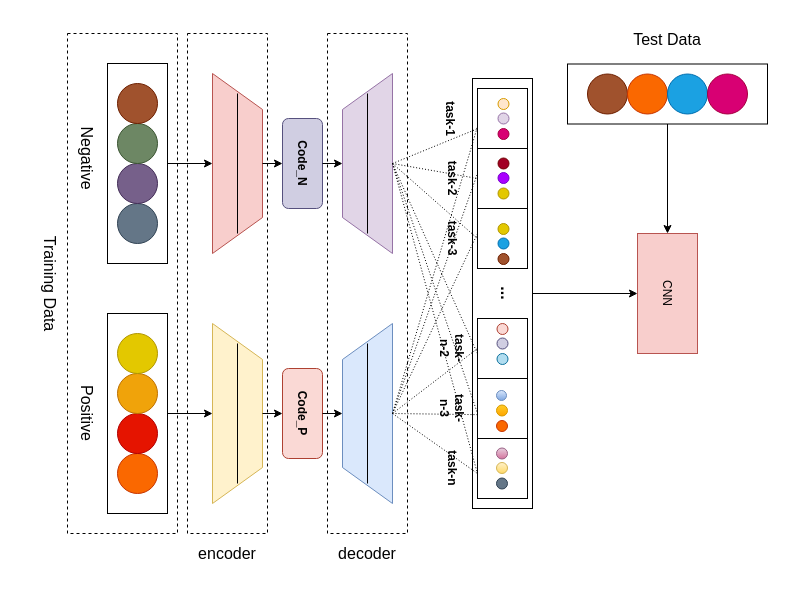
chenjin/Paper keeps this draw.io diagram as page "Page-1" (1 of 3) of Seizure/Table$Image/VMAML-Framework.drawio. Above is the earlier version. Source tidied: cells renumbered, new cells numbered last; positions are measured from the earlier drawing's top-left corner, leaving out a move shared by most shapes. Both pictures are drawn from the tidied source at 100%, with x=0, y=0 at pixel (-10, 23).
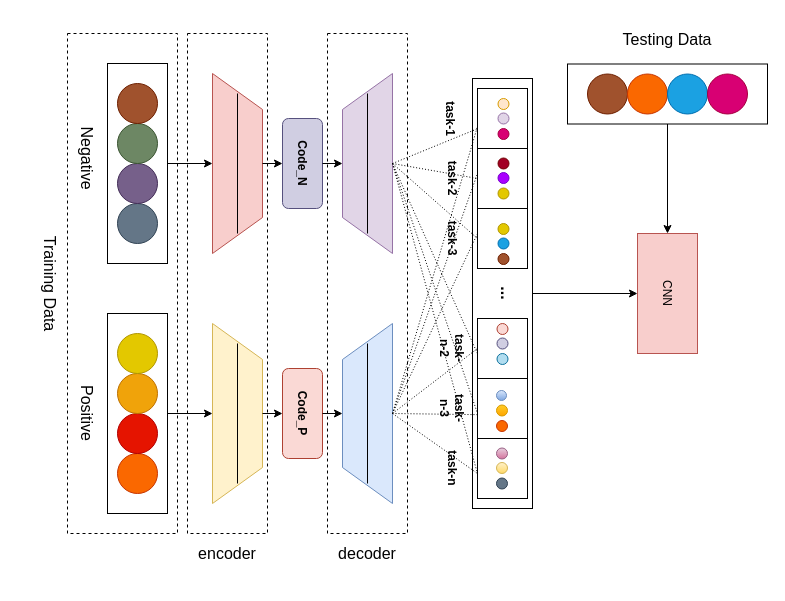
The same diagram, later.

The change refers to these unchanged cells:
```xml
<mxCell id="81" style="group;rotation=0;" parent="80" vertex="1">
  <mxGeometry width="200" height="100" as="geometry" />
</mxCell>
```

What changed in the source:
```diff
@@
-    <mxCell id="88" value="&lt;font style=&quot;font-size: 16px&quot;&gt;Test Data&lt;/font&gt;" style="rounded=0;whiteSpace=wrap;html=1;strokeColor=none;rotation=0;" parent="81" vertex="1">
+    <mxCell id="88" value="&lt;p&gt;&lt;font style=&quot;font-size: 16px&quot;&gt;Testing Data&lt;/font&gt;&lt;/p&gt;" style="rounded=0;whiteSpace=wrap;html=1;strokeColor=none;rotation=0;" parent="81" vertex="1">
       <mxGeometry x="40" width="120" height="30" as="geometry" />
     </mxCell>
```
